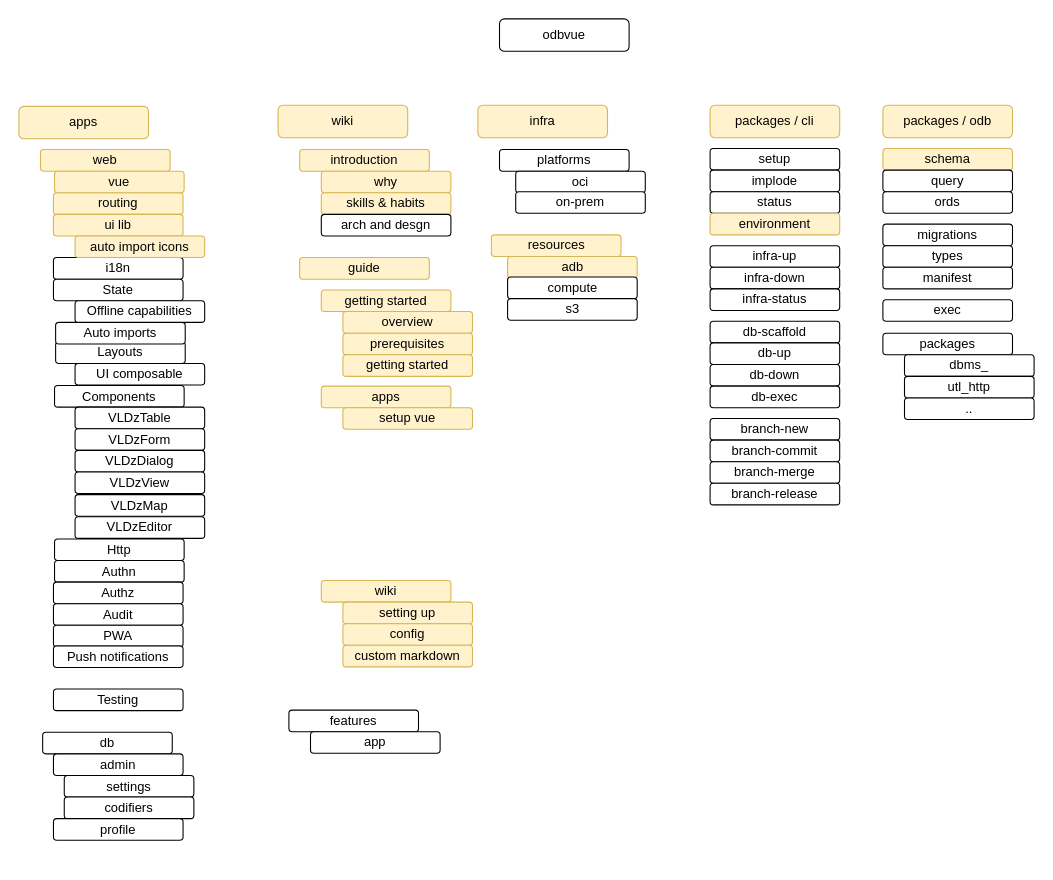
Above: roadmap.drawio in odbvue/odbvue (draw.io), before the change. Source tidied: cells renumbered, new cells numbered last; positions are measured from the earlier drawing's top-left corner, leaving out a move shared by most shapes. Both pictures are drawn from the tidied source at 108%, with x=0, y=0 at pixel (18, 18).
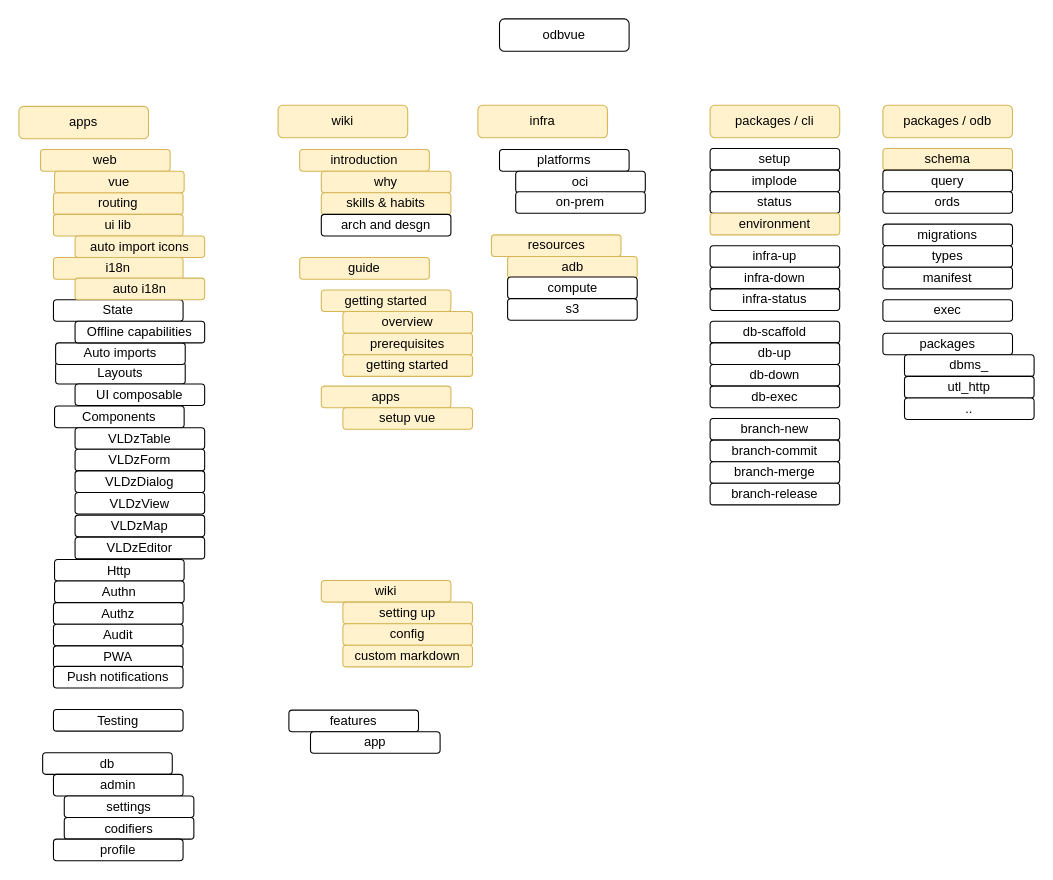
After the change.

Change to the diagram source:
```diff
@@
     <mxCell id="37" value="db" style="rounded=1;whiteSpace=wrap;html=1;" parent="1" vertex="1">
-      <mxGeometry x="22" y="660.5" width="120" height="20" as="geometry" />
+      <mxGeometry x="22" y="679.5" width="120" height="20" as="geometry" />
     </mxCell>
     <mxCell id="38" value="admin" style="rounded=1;whiteSpace=wrap;html=1;" parent="1" vertex="1">
-      <mxGeometry x="32" y="680.5" width="120" height="20" as="geometry" />
+      <mxGeometry x="32" y="699.5" width="120" height="20" as="geometry" />
     </mxCell>
     <mxCell id="39" value="settings" style="rounded=1;whiteSpace=wrap;html=1;" parent="1" vertex="1">
-      <mxGeometry x="42" y="700.5" width="120" height="20" as="geometry" />
+      <mxGeometry x="42" y="719.5" width="120" height="20" as="geometry" />
     </mxCell>
     <mxCell id="40" value="codifiers" style="rounded=1;whiteSpace=wrap;html=1;" parent="1" vertex="1">
-      <mxGeometry x="42" y="720.5" width="120" height="20" as="geometry" />
+      <mxGeometry x="42" y="739.5" width="120" height="20" as="geometry" />
     </mxCell>
@@
-    <mxCell id="50" value="i18n" style="rounded=1;whiteSpace=wrap;html=1;" parent="1" vertex="1">
+    <mxCell id="50" value="i18n" style="rounded=1;whiteSpace=wrap;html=1;fillColor=#fff2cc;strokeColor=#d6b656;" parent="1" vertex="1">
       <mxGeometry x="32" y="221" width="120" height="20" as="geometry" />
     </mxCell>
     <mxCell id="51" value="State" style="rounded=1;whiteSpace=wrap;html=1;" parent="1" vertex="1">
-      <mxGeometry x="32" y="241" width="120" height="20" as="geometry" />
+      <mxGeometry x="32" y="260" width="120" height="20" as="geometry" />
     </mxCell>
     <mxCell id="52" value="Layouts" style="rounded=1;whiteSpace=wrap;html=1;" parent="1" vertex="1">
-      <mxGeometry x="34" y="299" width="120" height="20" as="geometry" />
+      <mxGeometry x="34" y="318" width="120" height="20" as="geometry" />
     </mxCell>
     <mxCell id="53" value="Testing" style="rounded=1;whiteSpace=wrap;html=1;" parent="1" vertex="1">
-      <mxGeometry x="32" y="620.5" width="120" height="20" as="geometry" />
+      <mxGeometry x="32" y="639.5" width="120" height="20" as="geometry" />
     </mxCell>
     <mxCell id="54" value="Components" style="rounded=1;whiteSpace=wrap;html=1;" parent="1" vertex="1">
-      <mxGeometry x="33" y="339.5" width="120" height="20" as="geometry" />
+      <mxGeometry x="33" y="358.5" width="120" height="20" as="geometry" />
     </mxCell>
     <mxCell id="55" value="VLDzTable" style="rounded=1;whiteSpace=wrap;html=1;" parent="1" vertex="1">
-      <mxGeometry x="52" y="359.5" width="120" height="20" as="geometry" />
+      <mxGeometry x="52" y="378.5" width="120" height="20" as="geometry" />
     </mxCell>
     <mxCell id="56" value="VLDzForm" style="rounded=1;whiteSpace=wrap;html=1;" parent="1" vertex="1">
-      <mxGeometry x="52" y="379.5" width="120" height="20" as="geometry" />
+      <mxGeometry x="52" y="398.5" width="120" height="20" as="geometry" />
     </mxCell>
     <mxCell id="57" value="VLDzDialog" style="rounded=1;whiteSpace=wrap;html=1;" parent="1" vertex="1">
-      <mxGeometry x="52" y="399.5" width="120" height="20" as="geometry" />
+      <mxGeometry x="52" y="418.5" width="120" height="20" as="geometry" />
     </mxCell>
     <mxCell id="58" value="Http" style="rounded=1;whiteSpace=wrap;html=1;" parent="1" vertex="1">
-      <mxGeometry x="33" y="481.5" width="120" height="20" as="geometry" />
+      <mxGeometry x="33" y="500.5" width="120" height="20" as="geometry" />
     </mxCell>
     <mxCell id="59" value="Authn" style="rounded=1;whiteSpace=wrap;html=1;" parent="1" vertex="1">
-      <mxGeometry x="33" y="501.5" width="120" height="20" as="geometry" />
+      <mxGeometry x="33" y="520.5" width="120" height="20" as="geometry" />
     </mxCell>
     <mxCell id="60" value="Auto imports" style="rounded=1;whiteSpace=wrap;html=1;" parent="1" vertex="1">
-      <mxGeometry x="34" y="281" width="120" height="20" as="geometry" />
+      <mxGeometry x="34" y="300" width="120" height="20" as="geometry" />
     </mxCell>
     <mxCell id="61" value="VLDzView" style="rounded=1;whiteSpace=wrap;html=1;" parent="1" vertex="1">
-      <mxGeometry x="52" y="419.5" width="120" height="20" as="geometry" />
+      <mxGeometry x="52" y="438.5" width="120" height="20" as="geometry" />
     </mxCell>
     <mxCell id="62" value="VLDzMap" style="rounded=1;whiteSpace=wrap;html=1;" parent="1" vertex="1">
-      <mxGeometry x="52" y="440.5" width="120" height="20" as="geometry" />
+      <mxGeometry x="52" y="459.5" width="120" height="20" as="geometry" />
     </mxCell>
     <mxCell id="63" value="Authz" style="rounded=1;whiteSpace=wrap;html=1;" parent="1" vertex="1">
-      <mxGeometry x="32" y="521.5" width="120" height="20" as="geometry" />
+      <mxGeometry x="32" y="540.5" width="120" height="20" as="geometry" />
     </mxCell>
     <mxCell id="64" value="Audit" style="rounded=1;whiteSpace=wrap;html=1;" parent="1" vertex="1">
-      <mxGeometry x="32" y="541.5" width="120" height="20" as="geometry" />
+      <mxGeometry x="32" y="560.5" width="120" height="20" as="geometry" />
     </mxCell>
     <mxCell id="65" value="PWA" style="rounded=1;whiteSpace=wrap;html=1;" parent="1" vertex="1">
-      <mxGeometry x="32" y="561.5" width="120" height="20" as="geometry" />
+      <mxGeometry x="32" y="580.5" width="120" height="20" as="geometry" />
     </mxCell>
     <mxCell id="66" value="VLDzEditor" style="rounded=1;whiteSpace=wrap;html=1;" parent="1" vertex="1">
-      <mxGeometry x="52" y="461" width="120" height="20" as="geometry" />
+      <mxGeometry x="52" y="480" width="120" height="20" as="geometry" />
     </mxCell>
     <mxCell id="67" value="Push notifications" style="rounded=1;whiteSpace=wrap;html=1;" parent="1" vertex="1">
-      <mxGeometry x="32" y="580.5" width="120" height="20" as="geometry" />
+      <mxGeometry x="32" y="599.5" width="120" height="20" as="geometry" />
     </mxCell>
     <mxCell id="68" value="Offline capabilities" style="rounded=1;whiteSpace=wrap;html=1;" parent="1" vertex="1">
-      <mxGeometry x="52" y="261" width="120" height="20" as="geometry" />
+      <mxGeometry x="52" y="280" width="120" height="20" as="geometry" />
     </mxCell>
@@
     <mxCell id="70" value="profile" style="rounded=1;whiteSpace=wrap;html=1;" parent="1" vertex="1">
-      <mxGeometry x="32" y="740.5" width="120" height="20" as="geometry" />
+      <mxGeometry x="32" y="759.5" width="120" height="20" as="geometry" />
     </mxCell>
@@
     <mxCell id="87" value="UI composable" style="rounded=1;whiteSpace=wrap;html=1;" parent="1" vertex="1">
-      <mxGeometry x="52" y="319" width="120" height="20" as="geometry" />
+      <mxGeometry x="52" y="338" width="120" height="20" as="geometry" />
     </mxCell>
+    <mxCell id="88" value="auto i18n" style="rounded=1;whiteSpace=wrap;html=1;fillColor=#fff2cc;strokeColor=#d6b656;" parent="1" vertex="1">
+      <mxGeometry x="52" y="240" width="120" height="20" as="geometry" />
+    </mxCell>
```
